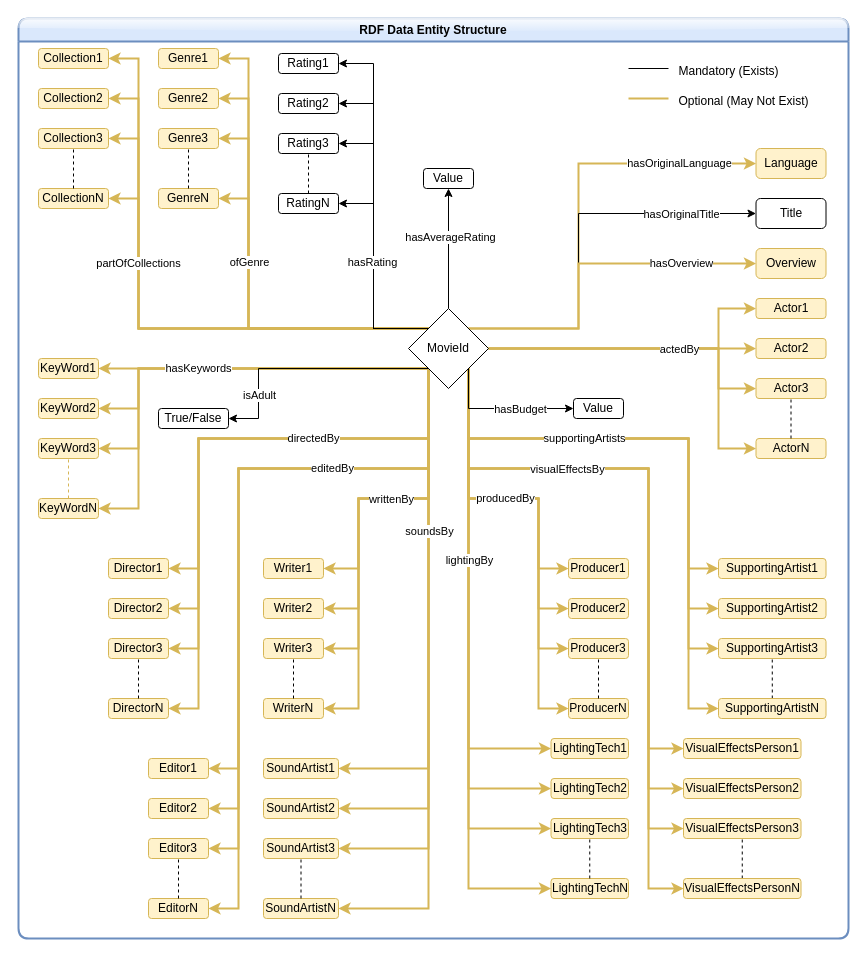
The draw.io diagram ReferenceImages/KnowledgeGraphStructure.drawio in punnoose-1620/KR-Project, before the edit. Source tidied: cells renumbered, new cells numbered last; positions are measured from the earlier drawing's top-left corner, leaving out a move shared by most shapes. Both pictures are drawn from the tidied source at 100%, with x=0, y=0 at pixel (18, 18).
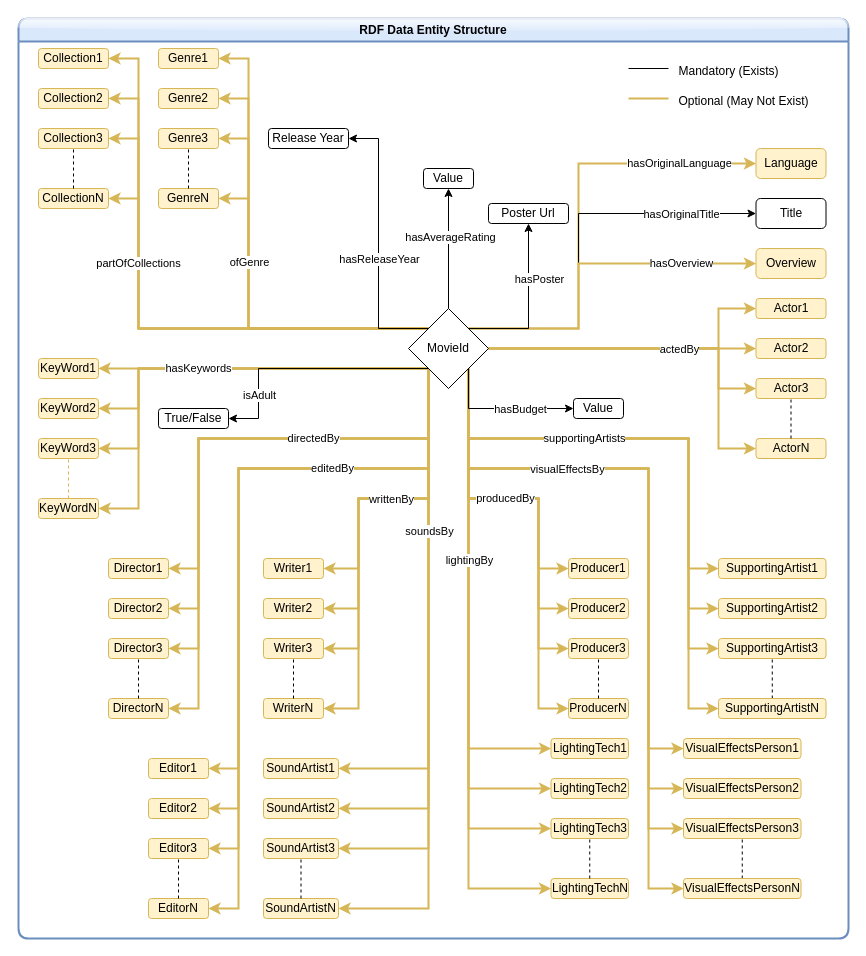
Above is the later version.

The change refers to these unchanged cells:
```xml
<mxCell id="78" value="MovieId" style="rhombus;whiteSpace=wrap;html=1;" parent="1" vertex="1">
  <mxGeometry x="390" y="290" width="80" height="80" as="geometry" />
</mxCell>
<mxCell id="142" value="RDF Data Entity Structure" style="swimlane;whiteSpace=wrap;html=1;strokeWidth=2;fillColor=#dae8fc;strokeColor=#6c8ebf;glass=1;rounded=1;shadow=0;" parent="1" vertex="1">
  <mxGeometry width="830" height="920" as="geometry" />
</mxCell>
```

What changed in the source:
```diff
@@
-    <mxCell id="72" style="edgeStyle=orthogonalEdgeStyle;rounded=0;jettySize=auto;html=1;exitX=0;exitY=0;exitDx=0;exitDy=0;entryX=1;entryY=0.5;entryDx=0;entryDy=0;" parent="1" edge="1" source="78" target="138">
-      <mxGeometry relative="1" as="geometry" />
-    </mxCell>
-    <mxCell id="73" style="edgeStyle=orthogonalEdgeStyle;rounded=0;jettySize=auto;html=1;exitX=0;exitY=0;exitDx=0;exitDy=0;entryX=1;entryY=0.5;entryDx=0;entryDy=0;" parent="1" edge="1" source="78" target="137">
-      <mxGeometry relative="1" as="geometry" />
-    </mxCell>
-    <mxCell id="74" style="edgeStyle=orthogonalEdgeStyle;rounded=0;jettySize=auto;html=1;exitX=0;exitY=0;exitDx=0;exitDy=0;entryX=1;entryY=0.5;entryDx=0;entryDy=0;" parent="1" edge="1" source="78" target="136">
-      <mxGeometry relative="1" as="geometry" />
-    </mxCell>
-    <mxCell id="75" value="hasRating" style="edgeLabel;html=1;align=center;verticalAlign=middle;" parent="74" vertex="1">
-      <mxGeometry x="-0.29" y="2" relative="1" as="geometry">
-        <mxPoint y="4" as="offset" />
-      </mxGeometry>
-    </mxCell>
@@
+    <mxCell id="156" style="edgeStyle=orthogonalEdgeStyle;rounded=0;jettySize=auto;html=1;exitX=1;exitY=0;exitDx=0;exitDy=0;entryX=0.5;entryY=1;entryDx=0;entryDy=0;" parent="1" edge="1" source="78" target="158">
+      <mxGeometry relative="1" as="geometry">
+        <Array as="points">
+          <mxPoint x="510" y="310" />
+        </Array>
+      </mxGeometry>
+    </mxCell>
@@
-    <mxCell id="136" value="Rating1" style="rounded=1;whiteSpace=wrap;html=1;" parent="1" vertex="1">
-      <mxGeometry x="260" y="35" width="60" height="20" as="geometry" />
-    </mxCell>
-    <mxCell id="137" value="Rating2" style="rounded=1;whiteSpace=wrap;html=1;" parent="1" vertex="1">
-      <mxGeometry x="260" y="75" width="60" height="20" as="geometry" />
-    </mxCell>
-    <mxCell id="138" value="Rating3" style="rounded=1;whiteSpace=wrap;html=1;" parent="1" vertex="1">
-      <mxGeometry x="260" y="115" width="60" height="20" as="geometry" />
-    </mxCell>
-    <mxCell id="139" value="RatingN" style="rounded=1;whiteSpace=wrap;html=1;" parent="1" vertex="1">
-      <mxGeometry x="260" y="175" width="60" height="20" as="geometry" />
-    </mxCell>
-    <mxCell id="140" style="endArrow=none;dashed=1;html=1;rounded=1;entryX=0.5;entryY=1;entryDx=0;entryDy=0;exitX=0.5;exitY=0;exitDx=0;exitDy=0;strokeWidth=1;targetPerimeterSpacing=6;sourcePerimeterSpacing=6;jumpStyle=gap;strokeColor=default;endSize=3;startSize=3;jumpSize=10;" parent="1" edge="1" source="139" target="138">
-      <mxGeometry relative="1" as="geometry" />
-    </mxCell>
@@
+    <mxCell id="157" value="hasReleaseYear" style="edgeLabel;html=1;align=center;verticalAlign=middle;" parent="142" vertex="1">
+      <mxGeometry x="360" y="240" as="geometry" />
+    </mxCell>
+    <mxCell id="139" value="Release Year" style="rounded=1;whiteSpace=wrap;html=1;" parent="142" vertex="1">
+      <mxGeometry x="250" y="110" width="80" height="20" as="geometry" />
+    </mxCell>
+    <mxCell id="158" value="Poster Url" style="rounded=1;whiteSpace=wrap;html=1;" parent="142" vertex="1">
+      <mxGeometry x="470" y="185" width="80" height="20" as="geometry" />
+    </mxCell>
+    <mxCell id="159" value="hasPoster" style="edgeLabel;html=1;align=center;verticalAlign=middle;" parent="142" vertex="1">
+      <mxGeometry x="520" y="260" as="geometry" />
+    </mxCell>
```
